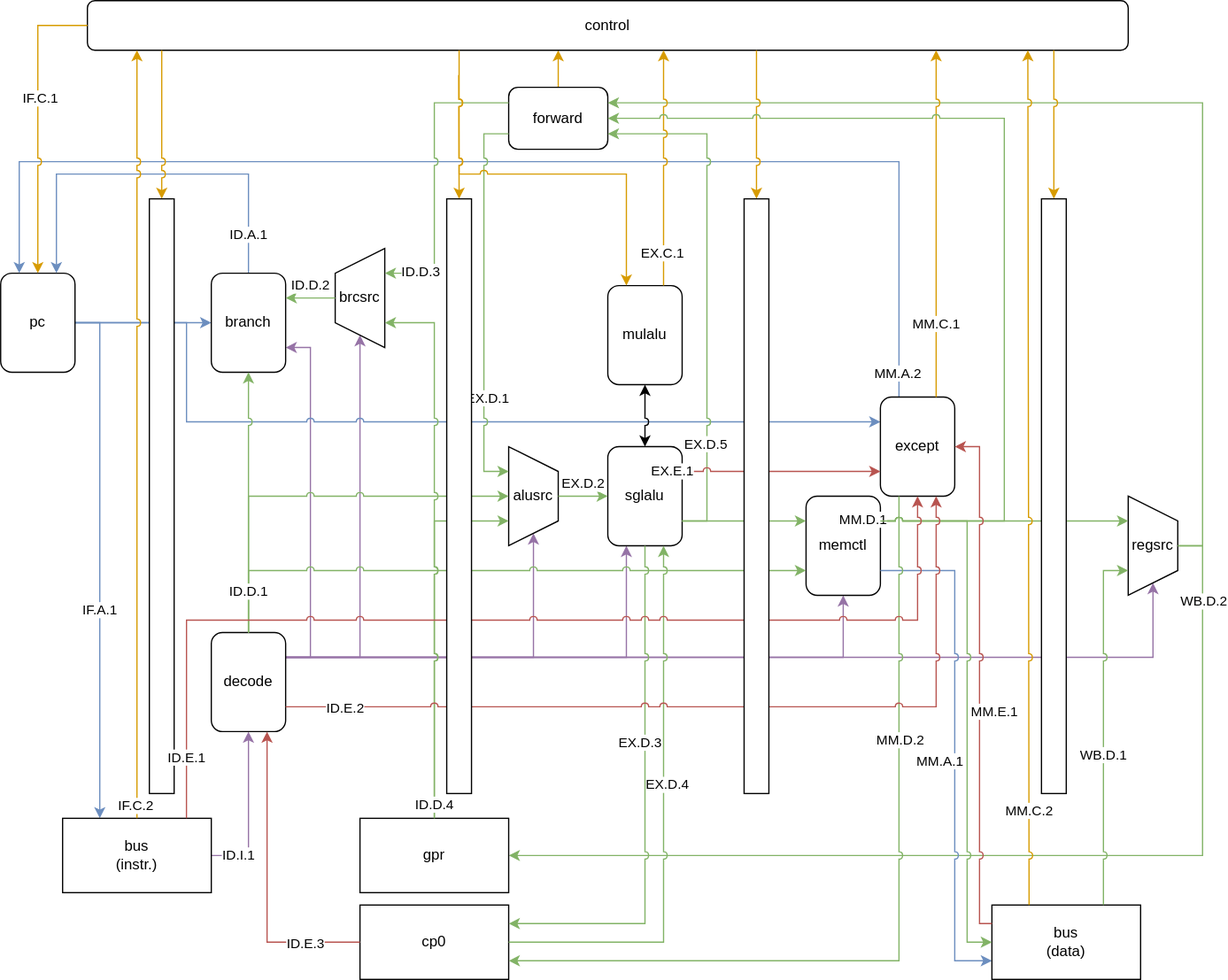
endereyewxy/NaiveMIPS keeps this draw.io diagram as datapath-2.svg. Above is the earlier version. Source tidied: cells renumbered, new cells last; positions are measured from the earlier drawing's top-left corner, leaving out a move shared by most shapes.
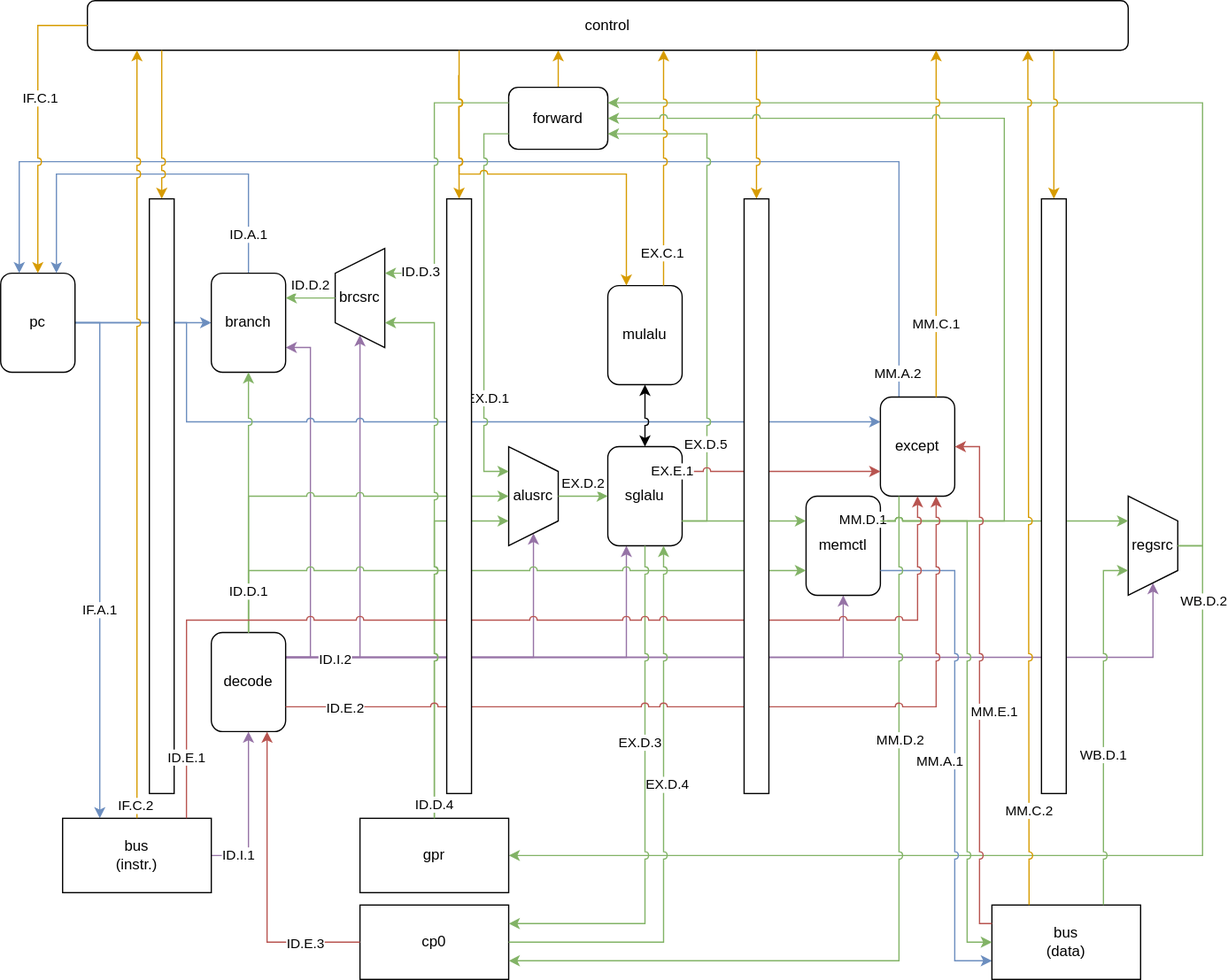
The same file after the commit.

Commit message:
更新数据通路

Change to the diagram source:
```diff
@@ -35,6 +35,11 @@
     <mxCell id="12" style="edgeStyle=orthogonalEdgeStyle;rounded=0;jumpStyle=none;jettySize=auto;html=1;exitX=1;exitY=0.25;exitDx=0;exitDy=0;entryX=1;entryY=0.5;entryDx=0;entryDy=0;startArrow=none;startFill=0;fillColor=#e1d5e7;strokeColor=#9673a6;" parent="1" edge="1" source="18" target="29">
       <mxGeometry relative="1" as="geometry" />
     </mxCell>
+    <mxCell id="100" value="ID.I.2" style="edgeLabel;html=1;align=center;verticalAlign=middle;" parent="12" vertex="1">
+      <mxGeometry x="-0.79" y="-2" relative="1" as="geometry">
+        <mxPoint x="9.2" as="offset" />
+      </mxGeometry>
+    </mxCell>
     <mxCell id="13" style="edgeStyle=orthogonalEdgeStyle;rounded=0;jumpStyle=arc;jettySize=auto;html=1;exitX=1;exitY=0.5;exitDx=0;exitDy=0;entryX=0;entryY=0.5;entryDx=0;entryDy=0;fillColor=#dae8fc;strokeColor=#6c8ebf;" parent="1" edge="1" source="17" target="21">
       <mxGeometry relative="1" as="geometry" />
     </mxCell>
```
